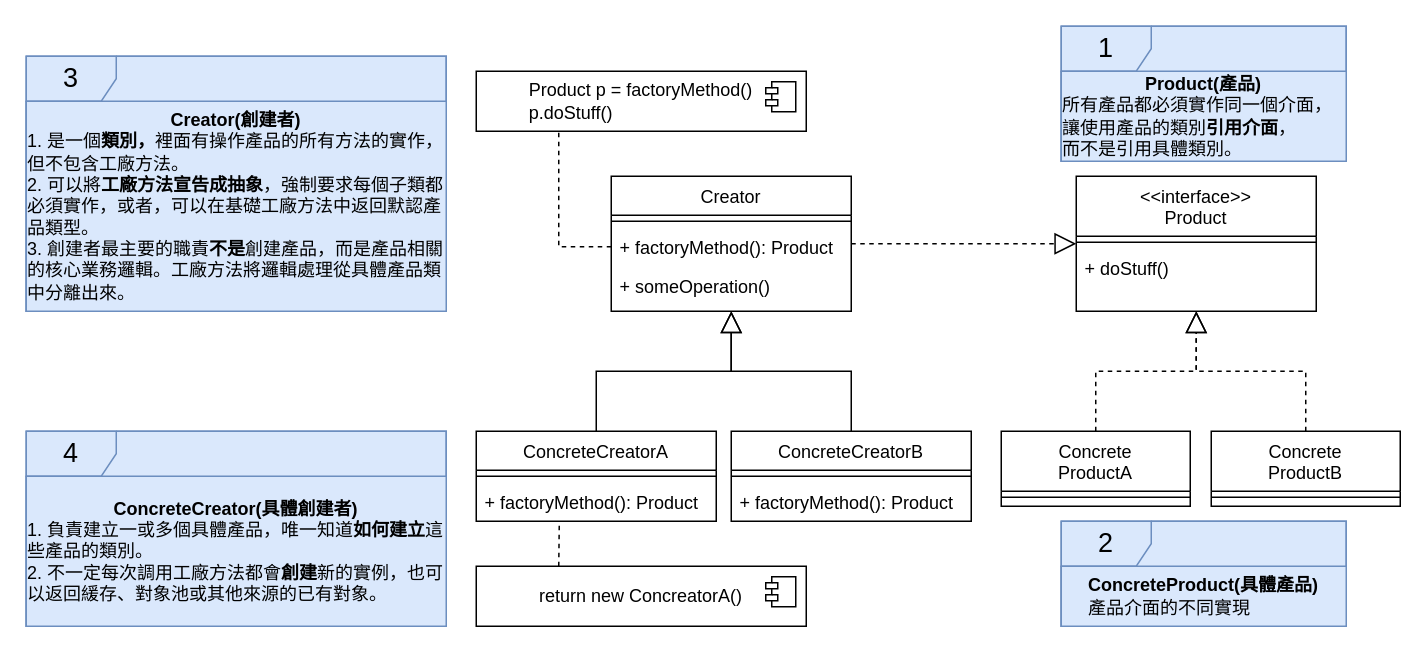
The draw.io diagram Factory Method Pattern/工廠模式架構.drawio in koteruon/design_pattern, before the edit. Source tidied: cells renumbered, new cells numbered last; positions are measured from the earlier drawing's top-left corner, leaving out a move shared by most shapes. Both pictures are drawn from the tidied source at 150%, with x=0, y=0 at pixel (26, 26).
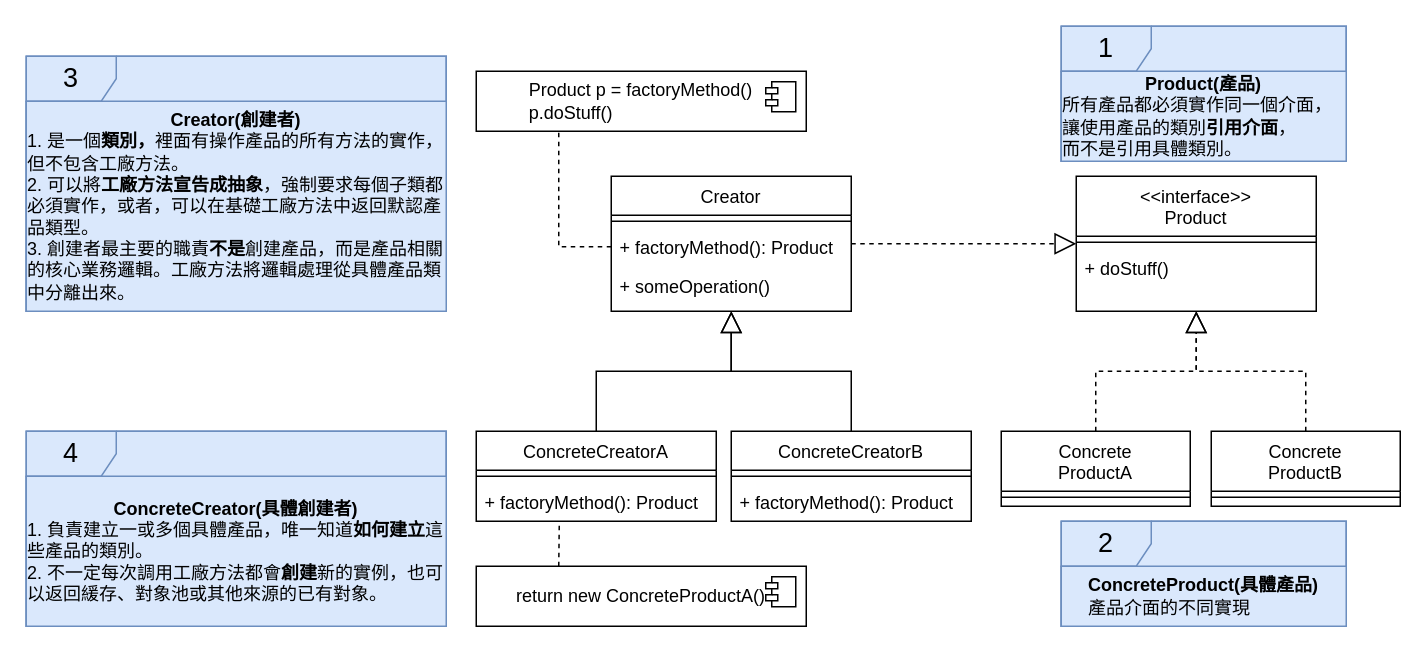
After the change.

What changed in the source:
```diff
@@
-    <mxCell id="27" value="return new ConcreatorA()" style="html=1;whiteSpace=wrap;" parent="1" vertex="1">
+    <mxCell id="27" value="return new ConcreteProductA()" style="html=1;whiteSpace=wrap;" parent="1" vertex="1">
       <mxGeometry x="300" y="360" width="220" height="40" as="geometry" />
     </mxCell>
```
